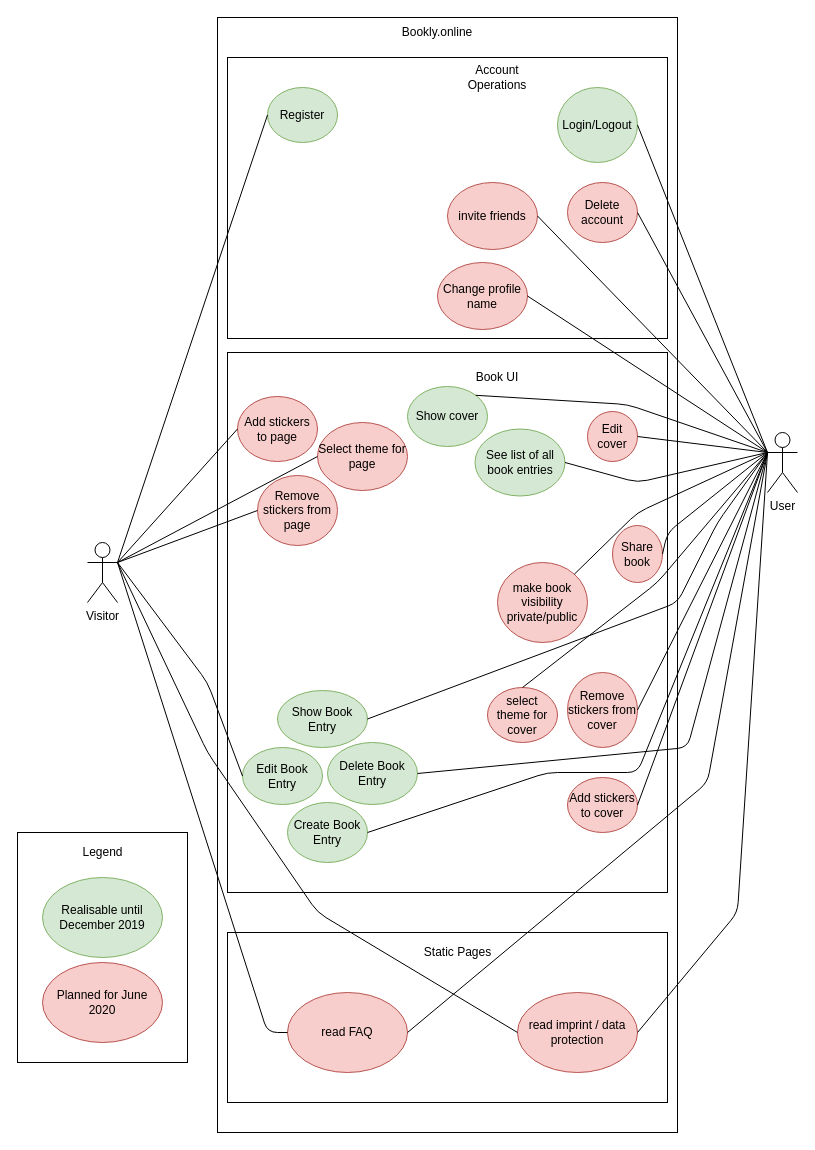
This is design/usecase.drawio from ninjeanne/bookly, a draw.io file, before an edit. Source tidied: cells renumbered, new cells numbered last; positions are measured from the earlier drawing's top-left corner, leaving out a move shared by most shapes. Both pictures are drawn from the tidied source at 100%, with x=0, y=0 at pixel (17, 17).
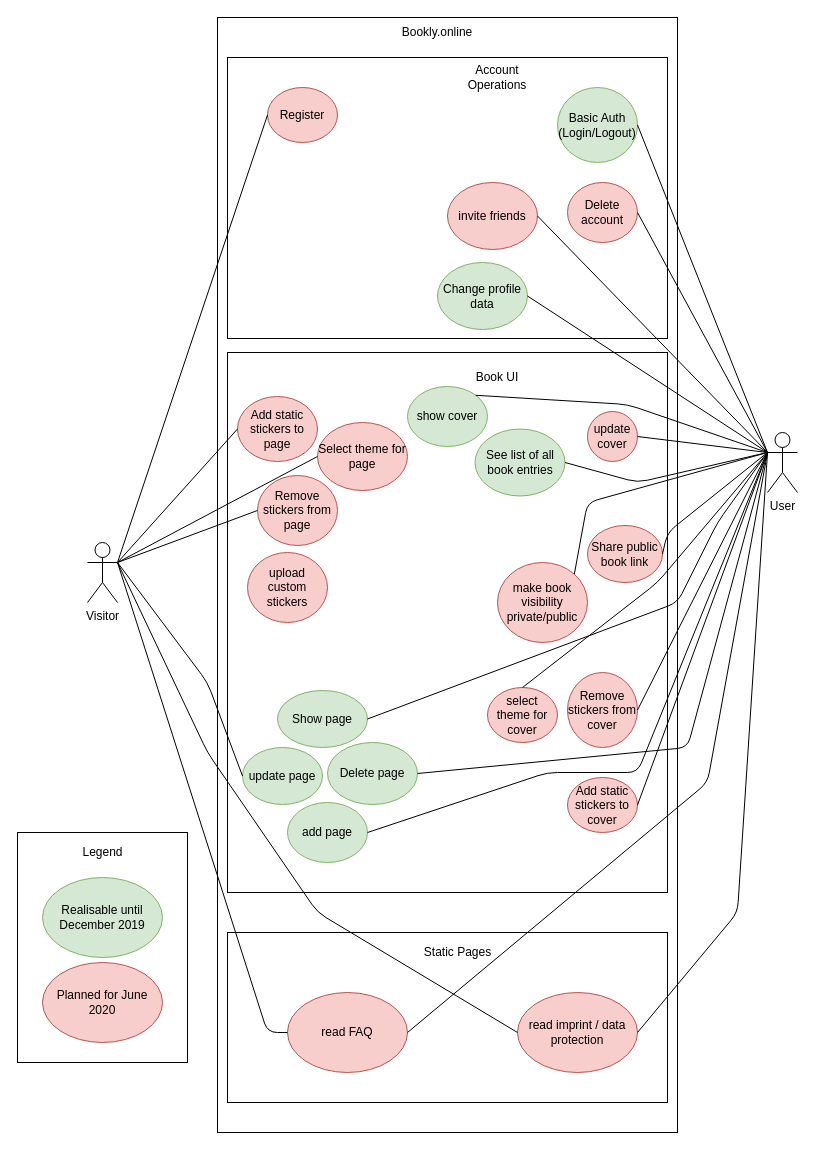
The same page after the edit.

The change refers to these unchanged cells:
```xml
<mxCell id="2" value="User" style="shape=umlActor;verticalLabelPosition=bottom;labelBackgroundColor=#ffffff;verticalAlign=top;html=1;outlineConnect=0;" parent="1" vertex="1">
  <mxGeometry x="750" y="415" width="30" height="60" as="geometry" />
</mxCell>
<mxCell id="51" value="make book visibility private/public" style="ellipse;whiteSpace=wrap;html=1;fillColor=#f8cecc;strokeColor=#b85450;" parent="1" vertex="1">
  <mxGeometry x="480" y="545" width="90" height="80" as="geometry" />
</mxCell>
```

Diff of the diagram source:
```diff
@@
-    <mxCell id="8" value="Login/Logout" style="ellipse;whiteSpace=wrap;html=1;fillColor=#d5e8d4;strokeColor=#82b366;" parent="1" vertex="1">
+    <mxCell id="8" value="Basic Auth (Login/Logout)" style="ellipse;whiteSpace=wrap;html=1;fillColor=#d5e8d4;strokeColor=#82b366;" parent="1" vertex="1">
       <mxGeometry x="540" y="70" width="80" height="75" as="geometry" />
     </mxCell>
-    <mxCell id="9" value="Register" style="ellipse;whiteSpace=wrap;html=1;fillColor=#d5e8d4;strokeColor=#82b366;" parent="1" vertex="1">
+    <mxCell id="9" value="Register" style="ellipse;whiteSpace=wrap;html=1;fillColor=#f8cecc;strokeColor=#b85450;" parent="1" vertex="1">
       <mxGeometry x="250" y="70" width="70" height="55" as="geometry" />
     </mxCell>
@@
-    <mxCell id="12" value="Add stickers to page" style="ellipse;whiteSpace=wrap;html=1;fillColor=#f8cecc;strokeColor=#b85450;" parent="1" vertex="1">
+    <mxCell id="12" value="Add static stickers to page" style="ellipse;whiteSpace=wrap;html=1;fillColor=#f8cecc;strokeColor=#b85450;" parent="1" vertex="1">
       <mxGeometry x="220" y="379" width="80" height="65" as="geometry" />
     </mxCell>
-    <mxCell id="13" value="Edit cover" style="ellipse;whiteSpace=wrap;html=1;fillColor=#f8cecc;strokeColor=#b85450;" parent="1" vertex="1">
+    <mxCell id="13" value="update cover" style="ellipse;whiteSpace=wrap;html=1;fillColor=#f8cecc;strokeColor=#b85450;" parent="1" vertex="1">
       <mxGeometry x="570" y="394" width="50" height="50" as="geometry" />
     </mxCell>
@@
-    <mxCell id="15" value="Share book" style="ellipse;whiteSpace=wrap;html=1;fillColor=#f8cecc;strokeColor=#b85450;" parent="1" vertex="1">
-      <mxGeometry x="595" y="508" width="50" height="57" as="geometry" />
+    <mxCell id="15" value="Share public book link" style="ellipse;whiteSpace=wrap;html=1;fillColor=#f8cecc;strokeColor=#b85450;" parent="1" vertex="1">
+      <mxGeometry x="570" y="508" width="75" height="57" as="geometry" />
     </mxCell>
@@
-    <mxCell id="21" value="Create Book Entry" style="ellipse;whiteSpace=wrap;html=1;fillColor=#d5e8d4;strokeColor=#82b366;" parent="1" vertex="1">
+    <mxCell id="21" value="add page" style="ellipse;whiteSpace=wrap;html=1;fillColor=#d5e8d4;strokeColor=#82b366;" parent="1" vertex="1">
       <mxGeometry x="270" y="785" width="80" height="60" as="geometry" />
     </mxCell>
@@
-    <mxCell id="39" value="Add stickers to cover" style="ellipse;whiteSpace=wrap;html=1;fillColor=#f8cecc;strokeColor=#b85450;" parent="1" vertex="1">
+    <mxCell id="39" value="Add static stickers to cover" style="ellipse;whiteSpace=wrap;html=1;fillColor=#f8cecc;strokeColor=#b85450;" parent="1" vertex="1">
       <mxGeometry x="550" y="760" width="70" height="55" as="geometry" />
     </mxCell>
-    <mxCell id="40" value="Edit Book Entry" style="ellipse;whiteSpace=wrap;html=1;fillColor=#d5e8d4;strokeColor=#82b366;" parent="1" vertex="1">
+    <mxCell id="40" value="update page" style="ellipse;whiteSpace=wrap;html=1;fillColor=#d5e8d4;strokeColor=#82b366;" parent="1" vertex="1">
       <mxGeometry x="225" y="730" width="80" height="57" as="geometry" />
     </mxCell>
@@
-    <mxCell id="42" value="Delete Book Entry" style="ellipse;whiteSpace=wrap;html=1;fillColor=#d5e8d4;strokeColor=#82b366;" parent="1" vertex="1">
+    <mxCell id="42" value="Delete page" style="ellipse;whiteSpace=wrap;html=1;fillColor=#d5e8d4;strokeColor=#82b366;" parent="1" vertex="1">
       <mxGeometry x="310" y="725" width="90" height="62" as="geometry" />
     </mxCell>
@@
-    <mxCell id="44" value="Show Book Entry" style="ellipse;whiteSpace=wrap;html=1;fillColor=#d5e8d4;strokeColor=#82b366;" parent="1" vertex="1">
+    <mxCell id="44" value="Show page" style="ellipse;whiteSpace=wrap;html=1;fillColor=#d5e8d4;strokeColor=#82b366;" parent="1" vertex="1">
       <mxGeometry x="260" y="673" width="90" height="57" as="geometry" />
     </mxCell>
-    <mxCell id="45" value="Show cover" style="ellipse;whiteSpace=wrap;html=1;fillColor=#d5e8d4;strokeColor=#82b366;" parent="1" vertex="1">
+    <mxCell id="45" value="show cover" style="ellipse;whiteSpace=wrap;html=1;fillColor=#d5e8d4;strokeColor=#82b366;" parent="1" vertex="1">
       <mxGeometry x="390" y="369" width="80" height="60" as="geometry" />
     </mxCell>
@@
-    <mxCell id="49" value="Change profile name" style="ellipse;whiteSpace=wrap;html=1;fillColor=#f8cecc;strokeColor=#b85450;" parent="1" vertex="1">
+    <mxCell id="49" value="Change profile data" style="ellipse;whiteSpace=wrap;html=1;fillColor=#d5e8d4;strokeColor=#82b366;" parent="1" vertex="1">
       <mxGeometry x="420" y="245" width="90" height="67" as="geometry" />
     </mxCell>
@@
     <mxCell id="52" style="endArrow=none;html=1;exitX=0;exitY=0.3333333333333333;exitDx=0;exitDy=0;exitPerimeter=0;entryX=1;entryY=0;entryDx=0;entryDy=0;endFill=0;" parent="1" edge="1" source="2" target="51">
       <mxGeometry relative="1" as="geometry">
         <Array as="points">
-          <mxPoint x="620" y="495" />
+          <mxPoint x="570" y="485" />
         </Array>
       </mxGeometry>
     </mxCell>
@@
+    <mxCell id="63" value="upload custom stickers" style="ellipse;whiteSpace=wrap;html=1;fillColor=#f8cecc;strokeColor=#b85450;" parent="1" vertex="1">
+      <mxGeometry x="230" y="535" width="80" height="70" as="geometry" />
+    </mxCell>
```
